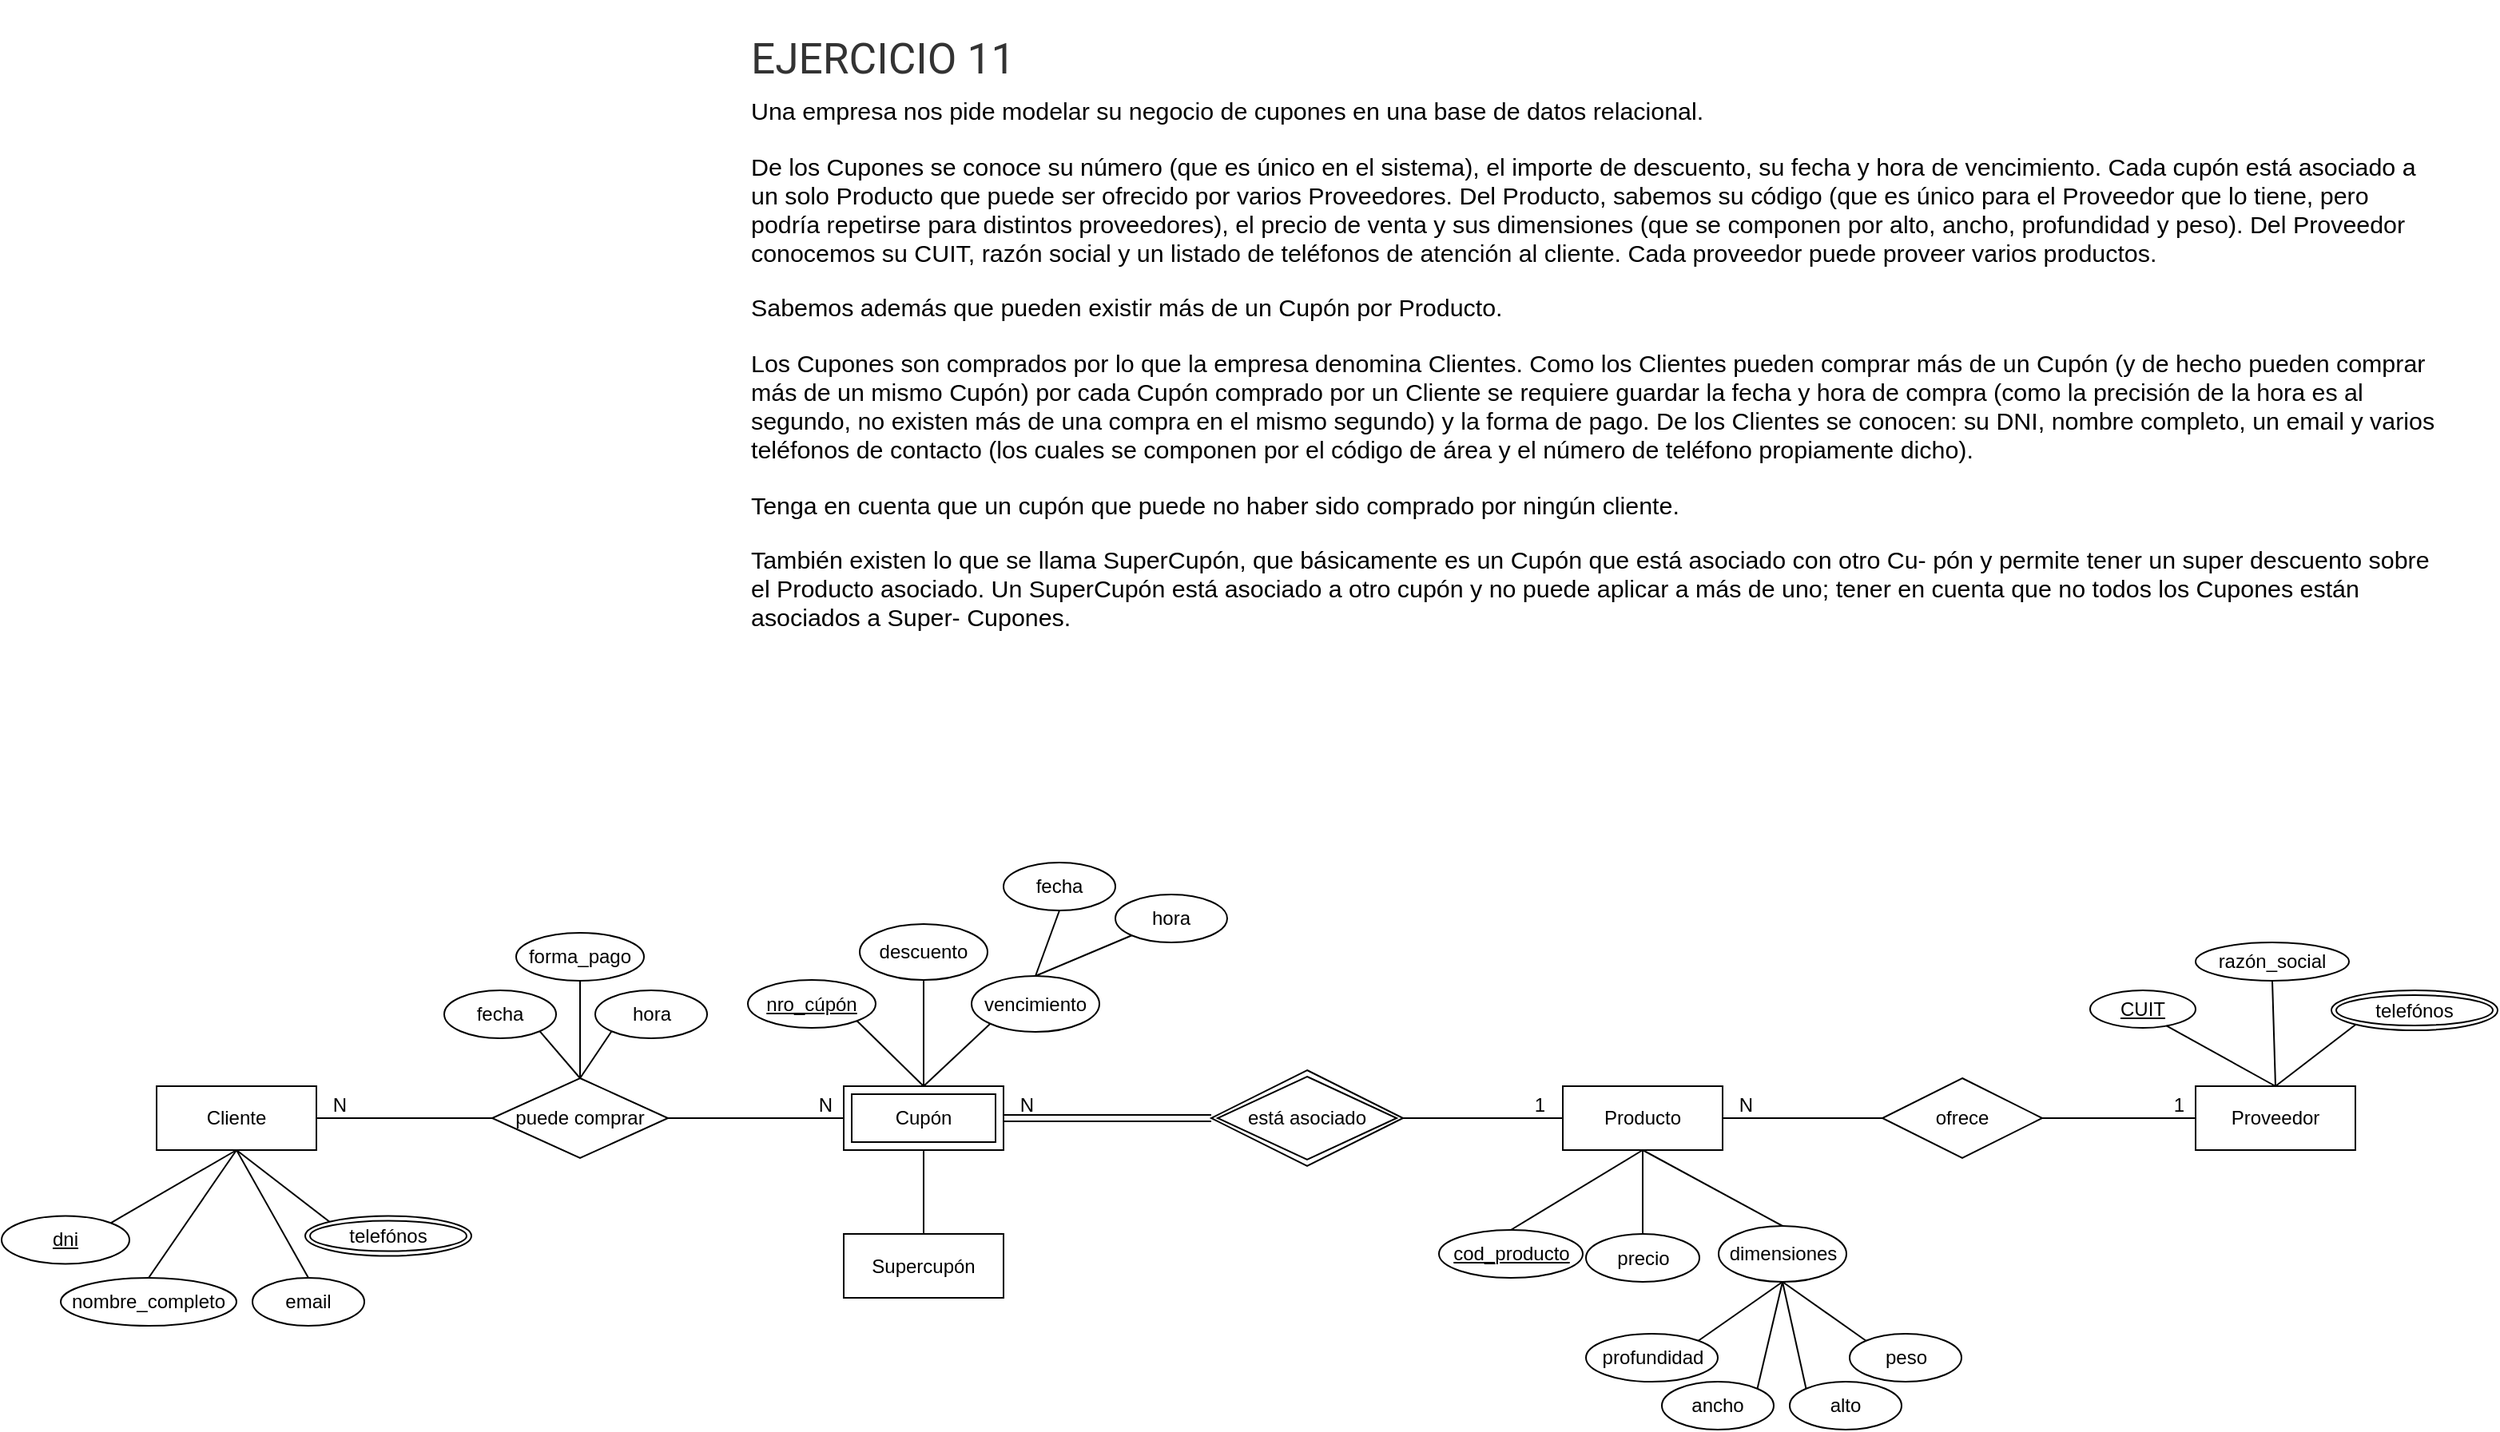
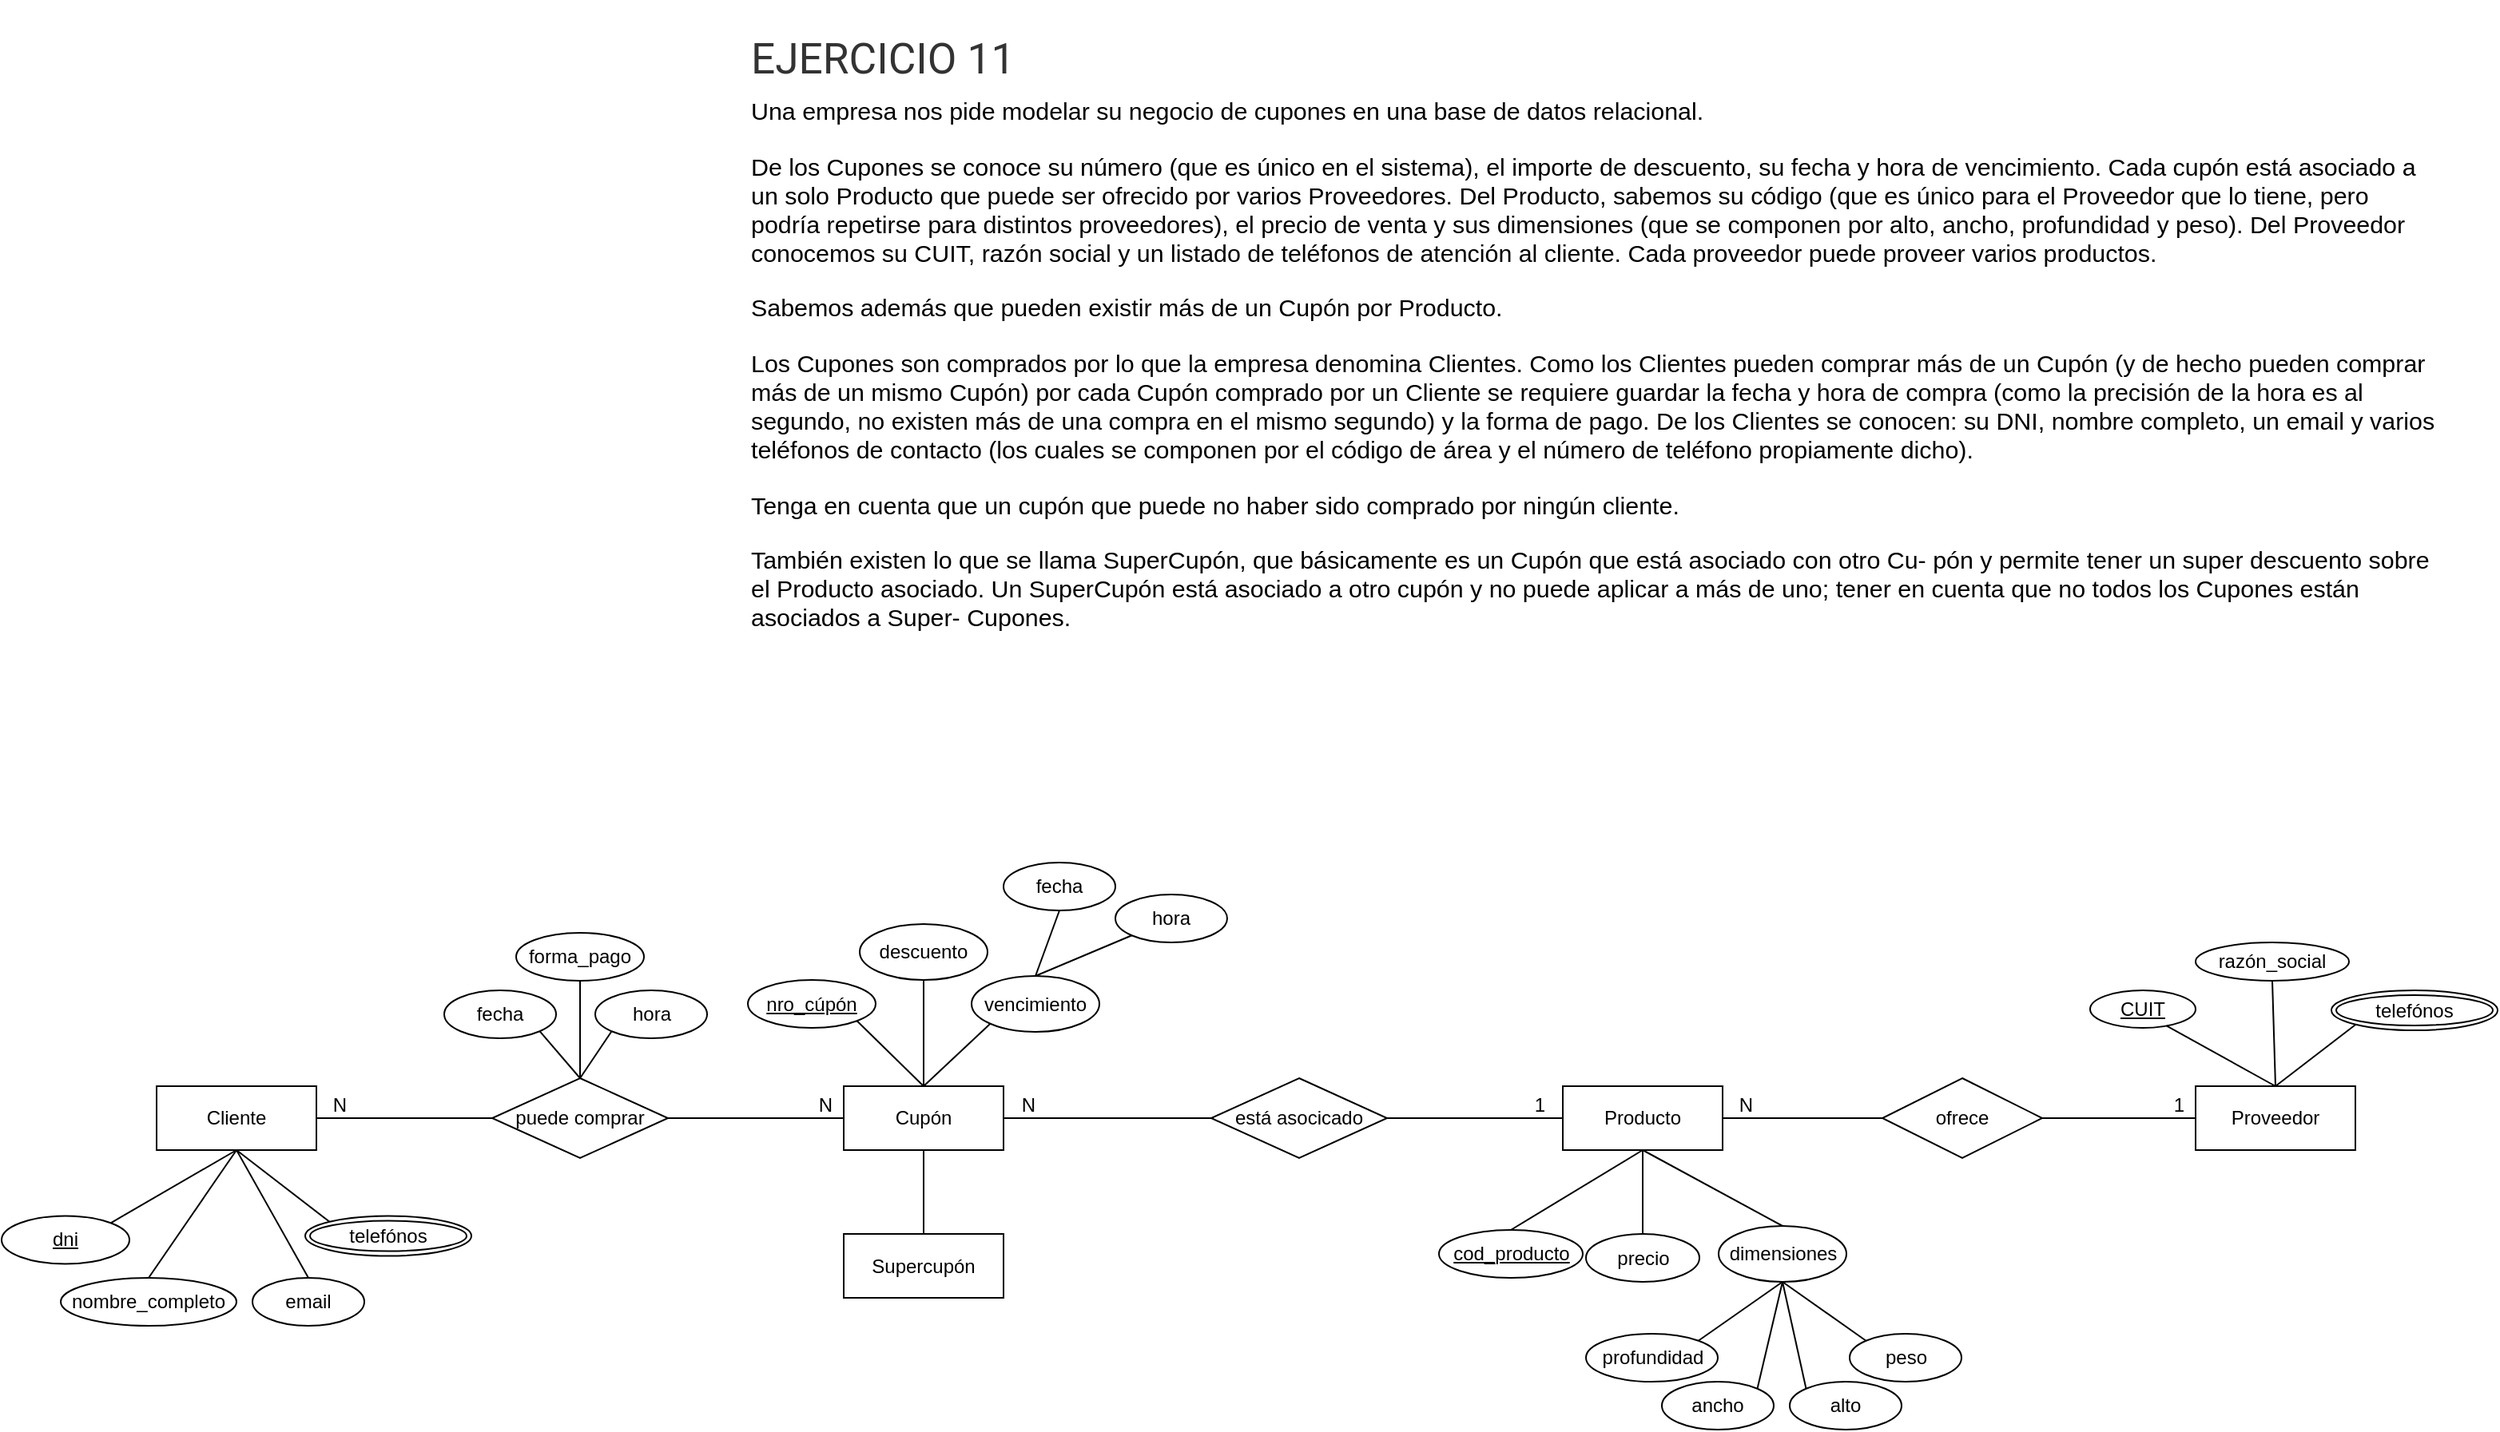
<mxfile host="app.diagrams.net">
  <diagram name="Página-1" id="fCB8wECCxNnk0TZw9fFW">
-     <mxGraphModel dx="1756" dy="1723" grid="1" gridSize="10" guides="1" tooltips="1" connect="1" arrows="1" fold="1" page="1" pageScale="1" pageWidth="1169" pageHeight="827" math="0" shadow="0">
+     <mxGraphModel dx="1848" dy="1770" grid="1" gridSize="10" guides="1" tooltips="1" connect="1" arrows="1" fold="1" page="1" pageScale="1" pageWidth="1169" pageHeight="827" math="0" shadow="0">
      <root>
        <mxCell id="0" />
        <mxCell id="1" parent="0" />
        <mxCell id="mOplOo_0f_founVZG96j-1" parent="1" style="text;html=1;whiteSpace=wrap;overflow=hidden;rounded=0;" value="&#xa;&lt;h3 style=&quot;box-sizing: border-box; margin: 0px 0px 0.5rem; padding: 0px; font-weight: 400; line-height: 1.2; color: rgb(51, 51, 51); font-size: 1.6625rem; font-family: Roboto; font-style: normal; font-variant-ligatures: normal; font-variant-caps: normal; letter-spacing: normal; orphans: 2; text-align: start; text-indent: 0px; text-transform: none; widows: 2; word-spacing: 0px; -webkit-text-stroke-width: 0px; white-space: normal; background-color: rgb(255, 255, 255); text-decoration-thickness: initial; text-decoration-style: initial; text-decoration-color: initial;&quot;&gt;&lt;span class=&quot;&quot; style=&quot;box-sizing: border-box; margin: 0px; padding: 0px;&quot;&gt;EJERCICIO 11&lt;/span&gt;&lt;/h3&gt;&lt;p style=&quot;box-sizing: border-box; margin: 0px 0px 1rem; padding: 0px; color: rgb(0, 0, 0); font-family: Barlow, Arial, sans-serif; font-size: 15.2px; font-style: normal; font-variant-ligatures: normal; font-variant-caps: normal; font-weight: 400; letter-spacing: normal; orphans: 2; text-align: start; text-indent: 0px; text-transform: none; widows: 2; word-spacing: 0px; -webkit-text-stroke-width: 0px; white-space: normal; background-color: rgb(255, 255, 255); text-decoration-thickness: initial; text-decoration-style: initial; text-decoration-color: initial;&quot;&gt;&lt;span lang=&quot;ES&quot; style=&quot;box-sizing: border-box; margin: 0px; padding: 0px;&quot;&gt;Una empresa nos pide modelar su negocio de cupones en una base de datos relacional.&lt;/span&gt;&lt;/p&gt;&lt;p style=&quot;box-sizing: border-box; margin: 0px 0px 1rem; padding: 0px; color: rgb(0, 0, 0); font-family: Barlow, Arial, sans-serif; font-size: 15.2px; font-style: normal; font-variant-ligatures: normal; font-variant-caps: normal; font-weight: 400; letter-spacing: normal; orphans: 2; text-align: start; text-indent: 0px; text-transform: none; widows: 2; word-spacing: 0px; -webkit-text-stroke-width: 0px; white-space: normal; background-color: rgb(255, 255, 255); text-decoration-thickness: initial; text-decoration-style: initial; text-decoration-color: initial;&quot;&gt;&lt;span lang=&quot;ES&quot; style=&quot;box-sizing: border-box; margin: 0px; padding: 0px;&quot;&gt;De los Cupones se conoce su número (que es único en el sistema), el importe de descuento, su fecha y hora de vencimiento. Cada cupón está asociado a un solo Producto que puede ser ofrecido por varios Proveedores. Del Producto, sabemos su código (que es único para el Proveedor que lo tiene, pero podría repetirse para distintos proveedores), el precio de venta y sus dimensiones (que se componen por alto, ancho, profundidad y peso). Del Proveedor conocemos su CUIT, razón social y un listado de teléfonos de atención al cliente. Cada proveedor puede proveer varios productos.&lt;/span&gt;&lt;/p&gt;&lt;p style=&quot;box-sizing: border-box; margin: 0px 0px 1rem; padding: 0px; color: rgb(0, 0, 0); font-family: Barlow, Arial, sans-serif; font-size: 15.2px; font-style: normal; font-variant-ligatures: normal; font-variant-caps: normal; font-weight: 400; letter-spacing: normal; orphans: 2; text-align: start; text-indent: 0px; text-transform: none; widows: 2; word-spacing: 0px; -webkit-text-stroke-width: 0px; white-space: normal; background-color: rgb(255, 255, 255); text-decoration-thickness: initial; text-decoration-style: initial; text-decoration-color: initial;&quot;&gt;&lt;span lang=&quot;ES&quot; style=&quot;box-sizing: border-box; margin: 0px; padding: 0px;&quot;&gt;Sabemos además que pueden existir más de un Cupón por Producto.&lt;/span&gt;&lt;/p&gt;&lt;p style=&quot;box-sizing: border-box; margin: 0px 0px 1rem; padding: 0px; color: rgb(0, 0, 0); font-family: Barlow, Arial, sans-serif; font-size: 15.2px; font-style: normal; font-variant-ligatures: normal; font-variant-caps: normal; font-weight: 400; letter-spacing: normal; orphans: 2; text-align: start; text-indent: 0px; text-transform: none; widows: 2; word-spacing: 0px; -webkit-text-stroke-width: 0px; white-space: normal; background-color: rgb(255, 255, 255); text-decoration-thickness: initial; text-decoration-style: initial; text-decoration-color: initial;&quot;&gt;&lt;span lang=&quot;ES&quot; style=&quot;box-sizing: border-box; margin: 0px; padding: 0px;&quot;&gt;Los Cupones son comprados por lo que la empresa denomina Clientes. Como los Clientes pueden comprar más de un Cupón (y de hecho pueden comprar más de un mismo Cupón) por cada Cupón comprado por un Cliente se requiere guardar la fecha y hora de compra (como la precisión de la hora es al segundo, no existen más de una compra en el mismo segundo) y la forma de pago. De los Clientes se conocen: su DNI, nombre completo, un email y varios teléfonos de contacto (los cuales se componen por el código de área y el número de teléfono propiamente dicho).&lt;/span&gt;&lt;/p&gt;&lt;p style=&quot;box-sizing: border-box; margin: 0px 0px 1rem; padding: 0px; color: rgb(0, 0, 0); font-family: Barlow, Arial, sans-serif; font-size: 15.2px; font-style: normal; font-variant-ligatures: normal; font-variant-caps: normal; font-weight: 400; letter-spacing: normal; orphans: 2; text-align: start; text-indent: 0px; text-transform: none; widows: 2; word-spacing: 0px; -webkit-text-stroke-width: 0px; white-space: normal; background-color: rgb(255, 255, 255); text-decoration-thickness: initial; text-decoration-style: initial; text-decoration-color: initial;&quot;&gt;&lt;span lang=&quot;ES&quot; style=&quot;box-sizing: border-box; margin: 0px; padding: 0px;&quot;&gt;Tenga en cuenta que un cupón que puede no haber sido comprado por ningún cliente.&lt;/span&gt;&lt;/p&gt;&lt;p style=&quot;box-sizing: border-box; margin: 0px 0px 1rem; padding: 0px; color: rgb(0, 0, 0); font-family: Barlow, Arial, sans-serif; font-size: 15.2px; font-style: normal; font-variant-ligatures: normal; font-variant-caps: normal; font-weight: 400; letter-spacing: normal; orphans: 2; text-align: start; text-indent: 0px; text-transform: none; widows: 2; word-spacing: 0px; -webkit-text-stroke-width: 0px; white-space: normal; background-color: rgb(255, 255, 255); text-decoration-thickness: initial; text-decoration-style: initial; text-decoration-color: initial;&quot;&gt;&lt;span lang=&quot;ES&quot; style=&quot;box-sizing: border-box; margin: 0px; padding: 0px;&quot;&gt;También existen lo que se llama SuperCupón, que básicamente es un Cupón que está asociado con otro Cu- pón y permite tener un super descuento sobre el Producto asociado. Un SuperCupón está asociado a otro cupón y no puede aplicar a más de uno; tener en cuenta que no todos los Cupones están asociados a Super- Cupones.&lt;/span&gt;&lt;/p&gt;&#xa;&#xa;" vertex="1">
          <mxGeometry height="460" width="1060" x="610" y="-810" as="geometry" />
        </mxCell>
-         <mxCell id="mOplOo_0f_founVZG96j-3" parent="1" style="shape=ext;margin=3;double=1;whiteSpace=wrap;html=1;align=center;" value="Cupón" vertex="1">
-           <mxGeometry height="40" width="100" x="670" y="-130" as="geometry" />
-         </mxCell>
        <mxCell id="mOplOo_0f_founVZG96j-4" parent="1" style="whiteSpace=wrap;html=1;align=center;" value="Cliente" vertex="1">
          <mxGeometry height="40" width="100" x="240" y="-130" as="geometry" />
        </mxCell>
        <mxCell id="mOplOo_0f_founVZG96j-5" parent="1" style="whiteSpace=wrap;html=1;align=center;" value="Producto" vertex="1">
          <mxGeometry height="40" width="100" x="1120" y="-130" as="geometry" />
        </mxCell>
        <mxCell id="mOplOo_0f_founVZG96j-13" parent="1" style="ellipse;whiteSpace=wrap;html=1;align=center;fontStyle=4;" value="nro_cúpón" vertex="1">
          <mxGeometry height="30" width="80" x="610" y="-196.5" as="geometry" />
        </mxCell>
        <mxCell id="mOplOo_0f_founVZG96j-14" parent="1" style="ellipse;whiteSpace=wrap;html=1;align=center;" value="descuento" vertex="1">
          <mxGeometry height="35" width="80" x="680" y="-231.5" as="geometry" />
        </mxCell>
        <mxCell id="mOplOo_0f_founVZG96j-15" parent="1" style="ellipse;whiteSpace=wrap;html=1;align=center;" value="vencimiento" vertex="1">
          <mxGeometry height="35" width="80" x="750" y="-199" as="geometry" />
        </mxCell>
        <mxCell id="mOplOo_0f_founVZG96j-16" parent="1" style="ellipse;whiteSpace=wrap;html=1;align=center;" value="fecha" vertex="1">
          <mxGeometry height="30" width="70" x="770" y="-270" as="geometry" />
        </mxCell>
        <mxCell id="mOplOo_0f_founVZG96j-17" parent="1" style="ellipse;whiteSpace=wrap;html=1;align=center;" value="hora" vertex="1">
          <mxGeometry height="30" width="70" x="840" y="-250" as="geometry" />
        </mxCell>
-         <mxCell id="mOplOo_0f_founVZG96j-18" edge="1" parent="1" source="mOplOo_0f_founVZG96j-3" style="endArrow=none;html=1;rounded=0;exitX=0.5;exitY=0;exitDx=0;exitDy=0;entryX=1;entryY=1;entryDx=0;entryDy=0;" target="mOplOo_0f_founVZG96j-13" value="">
-           <mxGeometry relative="1" as="geometry">
-             <mxPoint x="960" y="-180" as="sourcePoint" />
+         <mxCell id="mOplOo_0f_founVZG96j-18" edge="1" parent="1" style="endArrow=none;html=1;rounded=0;exitX=0.5;exitY=0;exitDx=0;exitDy=0;entryX=1;entryY=1;entryDx=0;entryDy=0;" target="mOplOo_0f_founVZG96j-13" value="">
+           <mxGeometry relative="1" as="geometry">
+             <mxPoint x="720" y="-130" as="sourcePoint" />
            <mxPoint x="1120" y="-180" as="targetPoint" />
          </mxGeometry>
        </mxCell>
-         <mxCell id="mOplOo_0f_founVZG96j-19" edge="1" parent="1" source="mOplOo_0f_founVZG96j-3" style="endArrow=none;html=1;rounded=0;exitX=0.5;exitY=0;exitDx=0;exitDy=0;entryX=0.5;entryY=1;entryDx=0;entryDy=0;" target="mOplOo_0f_founVZG96j-14" value="">
-           <mxGeometry relative="1" as="geometry">
-             <mxPoint x="830" y="-60" as="sourcePoint" />
+         <mxCell id="mOplOo_0f_founVZG96j-19" edge="1" parent="1" style="endArrow=none;html=1;rounded=0;exitX=0.5;exitY=0;exitDx=0;exitDy=0;entryX=0.5;entryY=1;entryDx=0;entryDy=0;" target="mOplOo_0f_founVZG96j-14" value="">
+           <mxGeometry relative="1" as="geometry">
+             <mxPoint x="720" y="-130" as="sourcePoint" />
            <mxPoint x="740" y="10" as="targetPoint" />
          </mxGeometry>
        </mxCell>
-         <mxCell id="mOplOo_0f_founVZG96j-20" edge="1" parent="1" source="mOplOo_0f_founVZG96j-3" style="endArrow=none;html=1;rounded=0;exitX=0.5;exitY=0;exitDx=0;exitDy=0;entryX=0;entryY=1;entryDx=0;entryDy=0;" target="mOplOo_0f_founVZG96j-15" value="">
-           <mxGeometry relative="1" as="geometry">
-             <mxPoint x="880" y="-70" as="sourcePoint" />
+         <mxCell id="mOplOo_0f_founVZG96j-20" edge="1" parent="1" style="endArrow=none;html=1;rounded=0;exitX=0.5;exitY=0;exitDx=0;exitDy=0;entryX=0;entryY=1;entryDx=0;entryDy=0;" target="mOplOo_0f_founVZG96j-15" value="">
+           <mxGeometry relative="1" as="geometry">
+             <mxPoint x="720" y="-130" as="sourcePoint" />
            <mxPoint x="790" as="targetPoint" />
          </mxGeometry>
        </mxCell>
        <mxCell id="mOplOo_0f_founVZG96j-21" edge="1" parent="1" source="mOplOo_0f_founVZG96j-15" style="endArrow=none;html=1;rounded=0;exitX=0.5;exitY=0;exitDx=0;exitDy=0;entryX=0;entryY=1;entryDx=0;entryDy=0;" target="mOplOo_0f_founVZG96j-17" value="">
          <mxGeometry relative="1" as="geometry">
            <mxPoint x="960" y="-184" as="sourcePoint" />
            <mxPoint x="870" y="-114" as="targetPoint" />
          </mxGeometry>
        </mxCell>
        <mxCell id="mOplOo_0f_founVZG96j-22" edge="1" parent="1" source="mOplOo_0f_founVZG96j-15" style="endArrow=none;html=1;rounded=0;exitX=0.5;exitY=0;exitDx=0;exitDy=0;entryX=0.5;entryY=1;entryDx=0;entryDy=0;" target="mOplOo_0f_founVZG96j-16" value="">
          <mxGeometry relative="1" as="geometry">
            <mxPoint x="1000" y="-124" as="sourcePoint" />
            <mxPoint x="910" y="-54" as="targetPoint" />
          </mxGeometry>
        </mxCell>
-         <mxCell id="mOplOo_0f_founVZG96j-25" edge="1" parent="1" source="mOplOo_0f_founVZG96j-3" style="shape=link;html=1;rounded=0;exitX=1;exitY=0.5;exitDx=0;exitDy=0;entryX=0;entryY=0.5;entryDx=0;entryDy=0;" target="mOplOo_0f_founVZG96j-29" value="">
-           <mxGeometry relative="1" as="geometry">
-             <mxPoint x="960" y="-80" as="sourcePoint" />
-             <mxPoint x="900" y="-110" as="targetPoint" />
-           </mxGeometry>
-         </mxCell>
-         <mxCell id="mOplOo_0f_founVZG96j-26" connectable="0" parent="mOplOo_0f_founVZG96j-25" style="resizable=0;html=1;whiteSpace=wrap;align=right;verticalAlign=bottom;" value="N" vertex="1">
-           <mxGeometry relative="1" x="1" as="geometry">
-             <mxPoint x="-110" as="offset" />
-           </mxGeometry>
-         </mxCell>
-         <mxCell id="mOplOo_0f_founVZG96j-27" edge="1" parent="1" source="mOplOo_0f_founVZG96j-29" style="endArrow=none;html=1;rounded=0;exitX=1;exitY=0.5;exitDx=0;exitDy=0;entryX=0;entryY=0.5;entryDx=0;entryDy=0;" target="mOplOo_0f_founVZG96j-5" value="">
-           <mxGeometry relative="1" as="geometry">
-             <mxPoint x="1005" y="-110" as="sourcePoint" />
+         <mxCell id="mOplOo_0f_founVZG96j-27" edge="1" parent="1" source="J4DXRjvTpUMNjDsIe2UX-2" style="endArrow=none;html=1;rounded=0;exitX=1;exitY=0.5;exitDx=0;exitDy=0;entryX=0;entryY=0.5;entryDx=0;entryDy=0;" target="mOplOo_0f_founVZG96j-5" value="">
+           <mxGeometry relative="1" as="geometry">
+             <mxPoint x="1020" y="-110" as="sourcePoint" />
            <mxPoint x="1120" y="-80" as="targetPoint" />
          </mxGeometry>
        </mxCell>
        <mxCell id="mOplOo_0f_founVZG96j-28" connectable="0" parent="mOplOo_0f_founVZG96j-27" style="resizable=0;html=1;whiteSpace=wrap;align=right;verticalAlign=bottom;" value="1" vertex="1">
          <mxGeometry relative="1" x="1" as="geometry">
            <mxPoint x="-10" as="offset" />
          </mxGeometry>
-         </mxCell>
-         <mxCell id="mOplOo_0f_founVZG96j-29" parent="1" style="shape=rhombus;double=1;perimeter=rhombusPerimeter;whiteSpace=wrap;html=1;align=center;" value="está asociado" vertex="1">
-           <mxGeometry height="60" width="120" x="900" y="-140" as="geometry" />
        </mxCell>
        <mxCell id="mOplOo_0f_founVZG96j-30" parent="1" style="ellipse;whiteSpace=wrap;html=1;align=center;fontStyle=4;" value="cod_producto" vertex="1">
          <mxGeometry height="30" width="90" x="1042.5" y="-40" as="geometry" />
        </mxCell>
        <mxCell id="mOplOo_0f_founVZG96j-32" parent="1" style="ellipse;whiteSpace=wrap;html=1;align=center;" value="precio" vertex="1">
          <mxGeometry height="30" width="71" x="1134.5" y="-37.5" as="geometry" />
        </mxCell>
        <mxCell id="mOplOo_0f_founVZG96j-33" parent="1" style="ellipse;whiteSpace=wrap;html=1;align=center;" value="dimensiones" vertex="1">
          <mxGeometry height="35" width="80" x="1217.5" y="-42.5" as="geometry" />
        </mxCell>
        <mxCell id="mOplOo_0f_founVZG96j-34" parent="1" style="ellipse;whiteSpace=wrap;html=1;align=center;" value="ancho" vertex="1">
          <mxGeometry height="30" width="70" x="1182" y="55" as="geometry" />
        </mxCell>
        <mxCell id="mOplOo_0f_founVZG96j-35" parent="1" style="ellipse;whiteSpace=wrap;html=1;align=center;" value="alto" vertex="1">
          <mxGeometry height="30" width="70" x="1262" y="55" as="geometry" />
        </mxCell>
        <mxCell id="mOplOo_0f_founVZG96j-36" parent="1" style="ellipse;whiteSpace=wrap;html=1;align=center;" value="peso" vertex="1">
          <mxGeometry height="30" width="70" x="1299.5" y="25" as="geometry" />
        </mxCell>
        <mxCell id="mOplOo_0f_founVZG96j-37" parent="1" style="ellipse;whiteSpace=wrap;html=1;align=center;" value="profundidad" vertex="1">
          <mxGeometry height="30" width="82.5" x="1134.5" y="25" as="geometry" />
        </mxCell>
        <mxCell id="mOplOo_0f_founVZG96j-39" parent="1" style="whiteSpace=wrap;html=1;align=center;" value="Proveedor" vertex="1">
          <mxGeometry height="40" width="100" x="1516" y="-130" as="geometry" />
        </mxCell>
        <mxCell id="mOplOo_0f_founVZG96j-40" parent="1" style="ellipse;whiteSpace=wrap;html=1;align=center;fontStyle=4;" value="CUIT" vertex="1">
          <mxGeometry height="23.5" width="66" x="1450" y="-190" as="geometry" />
        </mxCell>
        <mxCell id="mOplOo_0f_founVZG96j-41" parent="1" style="ellipse;whiteSpace=wrap;html=1;align=center;" value="razón_social" vertex="1">
          <mxGeometry height="24" width="96" x="1516" y="-220" as="geometry" />
        </mxCell>
        <mxCell id="mOplOo_0f_founVZG96j-42" parent="1" style="ellipse;shape=doubleEllipse;margin=3;whiteSpace=wrap;html=1;align=center;" value="telefónos" vertex="1">
          <mxGeometry height="25" width="104" x="1601" y="-190" as="geometry" />
        </mxCell>
        <mxCell id="mOplOo_0f_founVZG96j-45" edge="1" parent="1" source="mOplOo_0f_founVZG96j-39" style="endArrow=none;html=1;rounded=0;exitX=0.5;exitY=0;exitDx=0;exitDy=0;entryX=0.724;entryY=0.943;entryDx=0;entryDy=0;entryPerimeter=0;" target="mOplOo_0f_founVZG96j-40" value="">
          <mxGeometry height="50" relative="1" width="50" as="geometry">
            <mxPoint x="1520" y="-119" as="sourcePoint" />
            <mxPoint x="1572" y="-172" as="targetPoint" />
          </mxGeometry>
        </mxCell>
        <mxCell id="mOplOo_0f_founVZG96j-46" edge="1" parent="1" source="mOplOo_0f_founVZG96j-39" style="endArrow=none;html=1;rounded=0;exitX=0.5;exitY=0;exitDx=0;exitDy=0;entryX=0.5;entryY=1;entryDx=0;entryDy=0;" target="mOplOo_0f_founVZG96j-41" value="">
          <mxGeometry height="50" relative="1" width="50" as="geometry">
            <mxPoint x="1568" y="-87" as="sourcePoint" />
            <mxPoint x="1620" y="-140" as="targetPoint" />
          </mxGeometry>
        </mxCell>
        <mxCell id="mOplOo_0f_founVZG96j-47" edge="1" parent="1" source="mOplOo_0f_founVZG96j-39" style="endArrow=none;html=1;rounded=0;exitX=0.5;exitY=0;exitDx=0;exitDy=0;entryX=0;entryY=1;entryDx=0;entryDy=0;" target="mOplOo_0f_founVZG96j-42" value="">
          <mxGeometry height="50" relative="1" width="50" as="geometry">
            <mxPoint x="1568" y="-103" as="sourcePoint" />
            <mxPoint x="1620" y="-156" as="targetPoint" />
          </mxGeometry>
        </mxCell>
        <mxCell id="mOplOo_0f_founVZG96j-50" edge="1" parent="1" source="mOplOo_0f_founVZG96j-52" style="endArrow=none;html=1;rounded=0;entryX=0;entryY=0.5;entryDx=0;entryDy=0;exitX=1;exitY=0.5;exitDx=0;exitDy=0;" target="mOplOo_0f_founVZG96j-39" value="">
          <mxGeometry relative="1" as="geometry">
            <mxPoint x="1420" y="-110" as="sourcePoint" />
            <mxPoint x="1190" y="-300" as="targetPoint" />
          </mxGeometry>
        </mxCell>
        <mxCell id="mOplOo_0f_founVZG96j-51" connectable="0" parent="mOplOo_0f_founVZG96j-50" style="resizable=0;html=1;whiteSpace=wrap;align=right;verticalAlign=bottom;" value="1" vertex="1">
          <mxGeometry relative="1" x="1" as="geometry">
            <mxPoint x="-6" as="offset" />
          </mxGeometry>
        </mxCell>
        <mxCell id="mOplOo_0f_founVZG96j-52" parent="1" style="shape=rhombus;perimeter=rhombusPerimeter;whiteSpace=wrap;html=1;align=center;" value="ofrece" vertex="1">
          <mxGeometry height="50" width="100" x="1320" y="-135" as="geometry" />
        </mxCell>
        <mxCell id="mOplOo_0f_founVZG96j-53" edge="1" parent="1" source="mOplOo_0f_founVZG96j-52" style="endArrow=none;html=1;rounded=0;entryX=1;entryY=0.5;entryDx=0;entryDy=0;exitX=0;exitY=0.5;exitDx=0;exitDy=0;" target="mOplOo_0f_founVZG96j-5" value="">
          <mxGeometry relative="1" as="geometry">
            <mxPoint x="1030" y="-300" as="sourcePoint" />
            <mxPoint x="1190" y="-300" as="targetPoint" />
          </mxGeometry>
        </mxCell>
        <mxCell id="mOplOo_0f_founVZG96j-54" connectable="0" parent="mOplOo_0f_founVZG96j-53" style="resizable=0;html=1;whiteSpace=wrap;align=right;verticalAlign=bottom;" value="N" vertex="1">
          <mxGeometry relative="1" x="1" as="geometry">
            <mxPoint x="20" as="offset" />
          </mxGeometry>
        </mxCell>
-         <mxCell id="mOplOo_0f_founVZG96j-55" edge="1" parent="1" source="mOplOo_0f_founVZG96j-57" style="endArrow=none;html=1;rounded=0;entryX=0;entryY=0.5;entryDx=0;entryDy=0;exitX=1;exitY=0.5;exitDx=0;exitDy=0;" target="mOplOo_0f_founVZG96j-3" value="">
+         <mxCell id="mOplOo_0f_founVZG96j-55" edge="1" parent="1" source="mOplOo_0f_founVZG96j-57" style="endArrow=none;html=1;rounded=0;entryX=0;entryY=0.5;entryDx=0;entryDy=0;exitX=1;exitY=0.5;exitDx=0;exitDy=0;" target="J4DXRjvTpUMNjDsIe2UX-1" value="">
          <mxGeometry relative="1" as="geometry">
            <mxPoint x="570" y="-110" as="sourcePoint" />
-             <mxPoint x="666" y="-120" as="targetPoint" />
+             <mxPoint x="670" y="-110" as="targetPoint" />
          </mxGeometry>
        </mxCell>
        <mxCell id="mOplOo_0f_founVZG96j-56" connectable="0" parent="mOplOo_0f_founVZG96j-55" style="resizable=0;html=1;whiteSpace=wrap;align=right;verticalAlign=bottom;" value="N" vertex="1">
          <mxGeometry relative="1" x="1" as="geometry">
            <mxPoint x="-6" as="offset" />
          </mxGeometry>
        </mxCell>
        <mxCell id="mOplOo_0f_founVZG96j-57" parent="1" style="shape=rhombus;perimeter=rhombusPerimeter;whiteSpace=wrap;html=1;align=center;" value="puede comprar" vertex="1">
          <mxGeometry height="50" width="110" x="450" y="-135" as="geometry" />
        </mxCell>
        <mxCell id="mOplOo_0f_founVZG96j-58" edge="1" parent="1" source="mOplOo_0f_founVZG96j-5" style="endArrow=none;html=1;rounded=0;exitX=0.5;exitY=1;exitDx=0;exitDy=0;entryX=0.5;entryY=0;entryDx=0;entryDy=0;" target="mOplOo_0f_founVZG96j-33" value="">
          <mxGeometry relative="1" as="geometry">
            <mxPoint x="1100" y="70" as="sourcePoint" />
            <mxPoint x="1190" y="138" as="targetPoint" />
          </mxGeometry>
        </mxCell>
        <mxCell id="mOplOo_0f_founVZG96j-59" edge="1" parent="1" source="mOplOo_0f_founVZG96j-5" style="endArrow=none;html=1;rounded=0;exitX=0.5;exitY=1;exitDx=0;exitDy=0;entryX=0.5;entryY=0;entryDx=0;entryDy=0;" target="mOplOo_0f_founVZG96j-32" value="">
          <mxGeometry relative="1" as="geometry">
            <mxPoint x="1040" y="-60" as="sourcePoint" />
            <mxPoint x="1130" y="8" as="targetPoint" />
          </mxGeometry>
        </mxCell>
        <mxCell id="mOplOo_0f_founVZG96j-60" edge="1" parent="1" source="mOplOo_0f_founVZG96j-5" style="endArrow=none;html=1;rounded=0;exitX=0.5;exitY=1;exitDx=0;exitDy=0;entryX=0.5;entryY=0;entryDx=0;entryDy=0;" target="mOplOo_0f_founVZG96j-30" value="">
          <mxGeometry relative="1" as="geometry">
            <mxPoint x="1120" y="-90" as="sourcePoint" />
            <mxPoint x="1210" y="-22" as="targetPoint" />
          </mxGeometry>
        </mxCell>
        <mxCell id="mOplOo_0f_founVZG96j-61" edge="1" parent="1" source="mOplOo_0f_founVZG96j-33" style="endArrow=none;html=1;rounded=0;exitX=0.5;exitY=1;exitDx=0;exitDy=0;entryX=1;entryY=0;entryDx=0;entryDy=0;" target="mOplOo_0f_founVZG96j-37" value="">
          <mxGeometry relative="1" as="geometry">
            <mxPoint x="1040" y="80" as="sourcePoint" />
            <mxPoint x="1130" y="148" as="targetPoint" />
          </mxGeometry>
        </mxCell>
        <mxCell id="mOplOo_0f_founVZG96j-62" edge="1" parent="1" source="mOplOo_0f_founVZG96j-33" style="endArrow=none;html=1;rounded=0;exitX=0.5;exitY=1;exitDx=0;exitDy=0;entryX=1;entryY=0;entryDx=0;entryDy=0;" target="mOplOo_0f_founVZG96j-34" value="">
          <mxGeometry relative="1" as="geometry">
            <mxPoint x="1200" y="80" as="sourcePoint" />
            <mxPoint x="1290" y="148" as="targetPoint" />
          </mxGeometry>
        </mxCell>
        <mxCell id="mOplOo_0f_founVZG96j-63" edge="1" parent="1" source="mOplOo_0f_founVZG96j-33" style="endArrow=none;html=1;rounded=0;exitX=0.5;exitY=1;exitDx=0;exitDy=0;entryX=0;entryY=0;entryDx=0;entryDy=0;" target="mOplOo_0f_founVZG96j-35" value="">
          <mxGeometry relative="1" as="geometry">
            <mxPoint x="1300" y="150" as="sourcePoint" />
            <mxPoint x="1390" y="218" as="targetPoint" />
          </mxGeometry>
        </mxCell>
        <mxCell id="mOplOo_0f_founVZG96j-64" edge="1" parent="1" source="mOplOo_0f_founVZG96j-33" style="endArrow=none;html=1;rounded=0;exitX=0.5;exitY=1;exitDx=0;exitDy=0;entryX=0;entryY=0;entryDx=0;entryDy=0;" target="mOplOo_0f_founVZG96j-36" value="">
          <mxGeometry relative="1" as="geometry">
            <mxPoint x="1350" y="40" as="sourcePoint" />
            <mxPoint x="1440" y="108" as="targetPoint" />
          </mxGeometry>
        </mxCell>
        <mxCell id="mOplOo_0f_founVZG96j-65" edge="1" parent="1" source="mOplOo_0f_founVZG96j-57" style="endArrow=none;html=1;rounded=0;entryX=1;entryY=0.5;entryDx=0;entryDy=0;exitX=0;exitY=0.5;exitDx=0;exitDy=0;" target="mOplOo_0f_founVZG96j-4" value="">
          <mxGeometry relative="1" as="geometry">
            <mxPoint x="430" y="-110" as="sourcePoint" />
            <mxPoint x="360" y="-110.5" as="targetPoint" />
          </mxGeometry>
        </mxCell>
        <mxCell id="mOplOo_0f_founVZG96j-66" connectable="0" parent="mOplOo_0f_founVZG96j-65" style="resizable=0;html=1;whiteSpace=wrap;align=right;verticalAlign=bottom;" value="N" vertex="1">
          <mxGeometry relative="1" x="1" as="geometry">
            <mxPoint x="20" as="offset" />
          </mxGeometry>
        </mxCell>
        <mxCell id="mOplOo_0f_founVZG96j-67" parent="1" style="whiteSpace=wrap;html=1;align=center;" value="Supercupón" vertex="1">
          <mxGeometry height="40" width="100" x="670" y="-37.5" as="geometry" />
        </mxCell>
-         <mxCell id="mOplOo_0f_founVZG96j-68" edge="1" parent="1" source="mOplOo_0f_founVZG96j-3" style="endArrow=none;html=1;rounded=0;exitX=0.5;exitY=1;exitDx=0;exitDy=0;entryX=0.5;entryY=0;entryDx=0;entryDy=0;" target="mOplOo_0f_founVZG96j-67" value="">
-           <mxGeometry relative="1" as="geometry">
-             <mxPoint x="1030" y="-200" as="sourcePoint" />
+         <mxCell id="mOplOo_0f_founVZG96j-68" edge="1" parent="1" style="endArrow=none;html=1;rounded=0;exitX=0.5;exitY=1;exitDx=0;exitDy=0;entryX=0.5;entryY=0;entryDx=0;entryDy=0;" target="mOplOo_0f_founVZG96j-67" value="">
+           <mxGeometry relative="1" as="geometry">
+             <mxPoint x="720" y="-90" as="sourcePoint" />
            <mxPoint x="1190" y="-200" as="targetPoint" />
          </mxGeometry>
        </mxCell>
        <mxCell id="mOplOo_0f_founVZG96j-69" parent="1" style="ellipse;whiteSpace=wrap;html=1;align=center;fontStyle=4;" value="dni" vertex="1">
          <mxGeometry height="30" width="80" x="143" y="-48.75" as="geometry" />
        </mxCell>
        <mxCell id="mOplOo_0f_founVZG96j-70" parent="1" style="ellipse;whiteSpace=wrap;html=1;align=center;" value="nombre_completo" vertex="1">
          <mxGeometry height="30" width="110" x="180" y="-10" as="geometry" />
        </mxCell>
        <mxCell id="mOplOo_0f_founVZG96j-71" parent="1" style="ellipse;whiteSpace=wrap;html=1;align=center;" value="email" vertex="1">
          <mxGeometry height="30" width="70" x="300" y="-10" as="geometry" />
        </mxCell>
        <mxCell id="mOplOo_0f_founVZG96j-72" parent="1" style="ellipse;shape=doubleEllipse;margin=3;whiteSpace=wrap;html=1;align=center;" value="telefónos" vertex="1">
          <mxGeometry height="25" width="104" x="333" y="-48.75" as="geometry" />
        </mxCell>
        <mxCell id="mOplOo_0f_founVZG96j-73" edge="1" parent="1" source="mOplOo_0f_founVZG96j-4" style="endArrow=none;html=1;rounded=0;exitX=0.5;exitY=1;exitDx=0;exitDy=0;entryX=0;entryY=0;entryDx=0;entryDy=0;" target="mOplOo_0f_founVZG96j-72" value="">
          <mxGeometry relative="1" as="geometry">
            <mxPoint x="770" y="-300" as="sourcePoint" />
            <mxPoint x="930" y="-300" as="targetPoint" />
          </mxGeometry>
        </mxCell>
        <mxCell id="mOplOo_0f_founVZG96j-74" edge="1" parent="1" source="mOplOo_0f_founVZG96j-4" style="endArrow=none;html=1;rounded=0;exitX=0.5;exitY=1;exitDx=0;exitDy=0;entryX=0.5;entryY=0;entryDx=0;entryDy=0;" target="mOplOo_0f_founVZG96j-71" value="">
          <mxGeometry relative="1" as="geometry">
            <mxPoint x="290" y="-40" as="sourcePoint" />
            <mxPoint x="347" y="5" as="targetPoint" />
          </mxGeometry>
        </mxCell>
        <mxCell id="mOplOo_0f_founVZG96j-75" edge="1" parent="1" source="mOplOo_0f_founVZG96j-4" style="endArrow=none;html=1;rounded=0;exitX=0.5;exitY=1;exitDx=0;exitDy=0;entryX=1;entryY=0;entryDx=0;entryDy=0;" target="mOplOo_0f_founVZG96j-69" value="">
          <mxGeometry relative="1" as="geometry">
            <mxPoint x="240" y="-60" as="sourcePoint" />
            <mxPoint x="297" y="-15" as="targetPoint" />
          </mxGeometry>
        </mxCell>
        <mxCell id="mOplOo_0f_founVZG96j-76" edge="1" parent="1" source="mOplOo_0f_founVZG96j-4" style="endArrow=none;html=1;rounded=0;exitX=0.5;exitY=1;exitDx=0;exitDy=0;entryX=0.5;entryY=0;entryDx=0;entryDy=0;" target="mOplOo_0f_founVZG96j-70" value="">
          <mxGeometry relative="1" as="geometry">
            <mxPoint x="280" y="-30" as="sourcePoint" />
            <mxPoint x="337" y="15" as="targetPoint" />
          </mxGeometry>
        </mxCell>
        <mxCell id="mOplOo_0f_founVZG96j-77" parent="1" style="ellipse;whiteSpace=wrap;html=1;align=center;" value="fecha" vertex="1">
          <mxGeometry height="30" width="70" x="420" y="-190" as="geometry" />
        </mxCell>
        <mxCell id="mOplOo_0f_founVZG96j-78" parent="1" style="ellipse;whiteSpace=wrap;html=1;align=center;" value="hora" vertex="1">
          <mxGeometry height="30" width="70" x="514.5" y="-190" as="geometry" />
        </mxCell>
        <mxCell id="mOplOo_0f_founVZG96j-79" edge="1" parent="1" source="mOplOo_0f_founVZG96j-57" style="endArrow=none;html=1;rounded=0;exitX=0.5;exitY=0;exitDx=0;exitDy=0;entryX=1;entryY=1;entryDx=0;entryDy=0;" target="mOplOo_0f_founVZG96j-77" value="">
          <mxGeometry relative="1" as="geometry">
            <mxPoint x="580" y="-40" as="sourcePoint" />
            <mxPoint x="637" y="5" as="targetPoint" />
          </mxGeometry>
        </mxCell>
        <mxCell id="mOplOo_0f_founVZG96j-80" edge="1" parent="1" source="mOplOo_0f_founVZG96j-57" style="endArrow=none;html=1;rounded=0;exitX=0.5;exitY=0;exitDx=0;exitDy=0;entryX=0;entryY=1;entryDx=0;entryDy=0;" target="mOplOo_0f_founVZG96j-78" value="">
          <mxGeometry relative="1" as="geometry">
            <mxPoint x="530" y="-150" as="sourcePoint" />
            <mxPoint x="587" y="-105" as="targetPoint" />
          </mxGeometry>
        </mxCell>
        <mxCell id="mOplOo_0f_founVZG96j-81" parent="1" style="ellipse;whiteSpace=wrap;html=1;align=center;" value="forma_pago" vertex="1">
          <mxGeometry height="30" width="80" x="465" y="-226" as="geometry" />
        </mxCell>
        <mxCell id="mOplOo_0f_founVZG96j-82" edge="1" parent="1" source="mOplOo_0f_founVZG96j-57" style="endArrow=none;html=1;rounded=0;exitX=0.5;exitY=0;exitDx=0;exitDy=0;entryX=0.5;entryY=1;entryDx=0;entryDy=0;" target="mOplOo_0f_founVZG96j-81" value="">
          <mxGeometry relative="1" as="geometry">
            <mxPoint x="520" y="9" as="sourcePoint" />
            <mxPoint x="540" y="-20" as="targetPoint" />
+           </mxGeometry>
+         </mxCell>
+         <mxCell id="J4DXRjvTpUMNjDsIe2UX-1" parent="1" style="whiteSpace=wrap;html=1;align=center;" value="Cupón" vertex="1">
+           <mxGeometry height="40" width="100" x="670" y="-130" as="geometry" />
+         </mxCell>
+         <mxCell id="J4DXRjvTpUMNjDsIe2UX-2" parent="1" style="shape=rhombus;perimeter=rhombusPerimeter;whiteSpace=wrap;html=1;align=center;" value="está asocicado" vertex="1">
+           <mxGeometry height="50" width="110" x="900" y="-135" as="geometry" />
+         </mxCell>
+         <mxCell id="J4DXRjvTpUMNjDsIe2UX-3" edge="1" parent="1" source="J4DXRjvTpUMNjDsIe2UX-2" style="endArrow=none;html=1;rounded=0;entryX=1;entryY=0.5;entryDx=0;entryDy=0;exitX=0;exitY=0.5;exitDx=0;exitDy=0;" target="J4DXRjvTpUMNjDsIe2UX-1" value="">
+           <mxGeometry relative="1" as="geometry">
+             <mxPoint x="840" y="-360" as="sourcePoint" />
+             <mxPoint x="1000" y="-360" as="targetPoint" />
+           </mxGeometry>
+         </mxCell>
+         <mxCell id="J4DXRjvTpUMNjDsIe2UX-4" connectable="0" parent="J4DXRjvTpUMNjDsIe2UX-3" style="resizable=0;html=1;whiteSpace=wrap;align=right;verticalAlign=bottom;" value="N" vertex="1">
+           <mxGeometry relative="1" x="1" as="geometry">
+             <mxPoint x="21" as="offset" />
          </mxGeometry>
        </mxCell>
      </root>
    </mxGraphModel>
  </diagram>
</mxfile>
